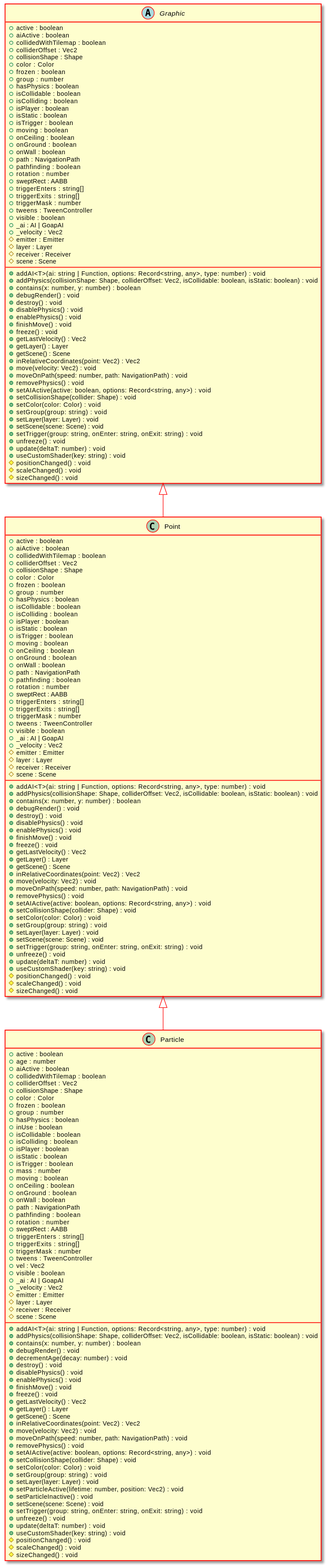
This is docs/api/assets/Point-umlClassDiagram-2847.svg from Test123938/Test2, a PlantUML export, as it was before one commit. The source it was exported from:
```plantuml
@startuml
skinparam ClassArrowColor #ff0000
skinparam ClassBorderColor #ff0000
skinparam BackgroundColor transparent
hide empty methods
hide empty fields
class "Point" {
    +active : boolean
    +aiActive : boolean
    +collidedWithTilemap : boolean
    +colliderOffset : Vec2
    +collisionShape : Shape
    +color : Color
    +frozen : boolean
    +group : number
    +hasPhysics : boolean
    +isCollidable : boolean
    +isColliding : boolean
    +isPlayer : boolean
    +isStatic : boolean
    +isTrigger : boolean
    +moving : boolean
    +onCeiling : boolean
    +onGround : boolean
    +onWall : boolean
    +path : NavigationPath
    +pathfinding : boolean
    +rotation : number
    +sweptRect : AABB
    +triggerEnters : string[]
    +triggerExits : string[]
    +triggerMask : number
    +tweens : TweenController
    +visible : boolean
    +_ai : AI | GoapAI
    +_velocity : Vec2
    #emitter : Emitter
    #layer : Layer
    #receiver : Receiver
    #scene : Scene
    +addAI<T>(ai: string | Function, options: Record<string, any>, type: number) : void
    +addPhysics(collisionShape: Shape, colliderOffset: Vec2, isCollidable: boolean, isStatic: boolean) : void
    +contains(x: number, y: number) : boolean
    +debugRender() : void
    +destroy() : void
    +disablePhysics() : void
    +enablePhysics() : void
    +finishMove() : void
    +freeze() : void
    +getLastVelocity() : Vec2
    +getLayer() : Layer
    +getScene() : Scene
    +inRelativeCoordinates(point: Vec2) : Vec2
    +move(velocity: Vec2) : void
    +moveOnPath(speed: number, path: NavigationPath) : void
    +removePhysics() : void
    +setAIActive(active: boolean, options: Record<string, any>) : void
    +setCollisionShape(collider: Shape) : void
    +setColor(color: Color) : void
    +setGroup(group: string) : void
    +setLayer(layer: Layer) : void
    +setScene(scene: Scene) : void
    +setTrigger(group: string, onEnter: string, onExit: string) : void
    +unfreeze() : void
    +update(deltaT: number) : void
    +useCustomShader(key: string) : void
    #positionChanged() : void
    #scaleChanged() : void
    #sizeChanged() : void
}
abstract class "Graphic" {
    +active : boolean
    +aiActive : boolean
    +collidedWithTilemap : boolean
    +colliderOffset : Vec2
    +collisionShape : Shape
    +color : Color
    +frozen : boolean
    +group : number
    +hasPhysics : boolean
    +isCollidable : boolean
    +isColliding : boolean
    +isPlayer : boolean
    +isStatic : boolean
    +isTrigger : boolean
    +moving : boolean
    +onCeiling : boolean
    +onGround : boolean
    +onWall : boolean
    +path : NavigationPath
    +pathfinding : boolean
    +rotation : number
    +sweptRect : AABB
    +triggerEnters : string[]
    +triggerExits : string[]
    +triggerMask : number
    +tweens : TweenController
    +visible : boolean
    +_ai : AI | GoapAI
    +_velocity : Vec2
    #emitter : Emitter
    #layer : Layer
    #receiver : Receiver
    #scene : Scene
    +addAI<T>(ai: string | Function, options: Record<string, any>, type: number) : void
    +addPhysics(collisionShape: Shape, colliderOffset: Vec2, isCollidable: boolean, isStatic: boolean) : void
    +contains(x: number, y: number) : boolean
    +debugRender() : void
    +destroy() : void
    +disablePhysics() : void
    +enablePhysics() : void
    +finishMove() : void
    +freeze() : void
    +getLastVelocity() : Vec2
    +getLayer() : Layer
    +getScene() : Scene
    +inRelativeCoordinates(point: Vec2) : Vec2
    +move(velocity: Vec2) : void
    +moveOnPath(speed: number, path: NavigationPath) : void
    +removePhysics() : void
    +setAIActive(active: boolean, options: Record<string, any>) : void
    +setCollisionShape(collider: Shape) : void
    +setColor(color: Color) : void
    +setGroup(group: string) : void
    +setLayer(layer: Layer) : void
    +setScene(scene: Scene) : void
    +setTrigger(group: string, onEnter: string, onExit: string) : void
    +unfreeze() : void
    +update(deltaT: number) : void
    +useCustomShader(key: string) : void
    #positionChanged() : void
    #scaleChanged() : void
    #sizeChanged() : void
}
"Graphic" <|-- "Point"
class "Particle" {
    +active : boolean
    +age : number
    +aiActive : boolean
    +collidedWithTilemap : boolean
    +colliderOffset : Vec2
    +collisionShape : Shape
    +color : Color
    +frozen : boolean
    +group : number
    +hasPhysics : boolean
    +inUse : boolean
    +isCollidable : boolean
    +isColliding : boolean
    +isPlayer : boolean
    +isStatic : boolean
    +isTrigger : boolean
    +mass : number
    +moving : boolean
    +onCeiling : boolean
    +onGround : boolean
    +onWall : boolean
    +path : NavigationPath
    +pathfinding : boolean
    +rotation : number
    +sweptRect : AABB
    +triggerEnters : string[]
    +triggerExits : string[]
    +triggerMask : number
    +tweens : TweenController
    +vel : Vec2
    +visible : boolean
    +_ai : AI | GoapAI
    +_velocity : Vec2
    #emitter : Emitter
    #layer : Layer
    #receiver : Receiver
    #scene : Scene
    +addAI<T>(ai: string | Function, options: Record<string, any>, type: number) : void
    +addPhysics(collisionShape: Shape, colliderOffset: Vec2, isCollidable: boolean, isStatic: boolean) : void
    +contains(x: number, y: number) : boolean
    +debugRender() : void
    +decrementAge(decay: number) : void
    +destroy() : void
    +disablePhysics() : void
    +enablePhysics() : void
    +finishMove() : void
    +freeze() : void
    +getLastVelocity() : Vec2
    +getLayer() : Layer
    +getScene() : Scene
    +inRelativeCoordinates(point: Vec2) : Vec2
    +move(velocity: Vec2) : void
    +moveOnPath(speed: number, path: NavigationPath) : void
    +removePhysics() : void
    +setAIActive(active: boolean, options: Record<string, any>) : void
    +setCollisionShape(collider: Shape) : void
    +setColor(color: Color) : void
    +setGroup(group: string) : void
    +setLayer(layer: Layer) : void
    +setParticleActive(lifetime: number, position: Vec2) : void
    +setParticleInactive() : void
    +setScene(scene: Scene) : void
    +setTrigger(group: string, onEnter: string, onExit: string) : void
    +unfreeze() : void
    +update(deltaT: number) : void
    +useCustomShader(key: string) : void
    #positionChanged() : void
    #scaleChanged() : void
    #sizeChanged() : void
}
"Point" <|-- "Particle"
@enduml
```
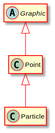
The same diagram one commit later.

Change to the diagram source:
```diff
@@ -5,204 +5,11 @@
 hide empty methods
 hide empty fields
 class "Point" {
-    +active : boolean
-    +aiActive : boolean
-    +collidedWithTilemap : boolean
-    +colliderOffset : Vec2
-    +collisionShape : Shape
-    +color : Color
-    +frozen : boolean
-    +group : number
-    +hasPhysics : boolean
-    +isCollidable : boolean
-    +isColliding : boolean
-    +isPlayer : boolean
-    +isStatic : boolean
-    +isTrigger : boolean
-    +moving : boolean
-    +onCeiling : boolean
-    +onGround : boolean
-    +onWall : boolean
-    +path : NavigationPath
-    +pathfinding : boolean
-    +rotation : number
-    +sweptRect : AABB
-    +triggerEnters : string[]
-    +triggerExits : string[]
-    +triggerMask : number
-    +tweens : TweenController
-    +visible : boolean
-    +_ai : AI | GoapAI
-    +_velocity : Vec2
-    #emitter : Emitter
-    #layer : Layer
-    #receiver : Receiver
-    #scene : Scene
-    +addAI<T>(ai: string | Function, options: Record<string, any>, type: number) : void
-    +addPhysics(collisionShape: Shape, colliderOffset: Vec2, isCollidable: boolean, isStatic: boolean) : void
-    +contains(x: number, y: number) : boolean
-    +debugRender() : void
-    +destroy() : void
-    +disablePhysics() : void
-    +enablePhysics() : void
-    +finishMove() : void
-    +freeze() : void
-    +getLastVelocity() : Vec2
-    +getLayer() : Layer
-    +getScene() : Scene
-    +inRelativeCoordinates(point: Vec2) : Vec2
-    +move(velocity: Vec2) : void
-    +moveOnPath(speed: number, path: NavigationPath) : void
-    +removePhysics() : void
-    +setAIActive(active: boolean, options: Record<string, any>) : void
-    +setCollisionShape(collider: Shape) : void
-    +setColor(color: Color) : void
-    +setGroup(group: string) : void
-    +setLayer(layer: Layer) : void
-    +setScene(scene: Scene) : void
-    +setTrigger(group: string, onEnter: string, onExit: string) : void
-    +unfreeze() : void
-    +update(deltaT: number) : void
-    +useCustomShader(key: string) : void
-    #positionChanged() : void
-    #scaleChanged() : void
-    #sizeChanged() : void
 }
 abstract class "Graphic" {
-    +active : boolean
-    +aiActive : boolean
-    +collidedWithTilemap : boolean
-    +colliderOffset : Vec2
-    +collisionShape : Shape
-    +color : Color
-    +frozen : boolean
-    +group : number
-    +hasPhysics : boolean
-    +isCollidable : boolean
-    +isColliding : boolean
-    +isPlayer : boolean
-    +isStatic : boolean
-    +isTrigger : boolean
-    +moving : boolean
-    +onCeiling : boolean
-    +onGround : boolean
-    +onWall : boolean
-    +path : NavigationPath
-    +pathfinding : boolean
-    +rotation : number
-    +sweptRect : AABB
-    +triggerEnters : string[]
-    +triggerExits : string[]
-    +triggerMask : number
-    +tweens : TweenController
-    +visible : boolean
-    +_ai : AI | GoapAI
-    +_velocity : Vec2
-    #emitter : Emitter
-    #layer : Layer
-    #receiver : Receiver
-    #scene : Scene
-    +addAI<T>(ai: string | Function, options: Record<string, any>, type: number) : void
-    +addPhysics(collisionShape: Shape, colliderOffset: Vec2, isCollidable: boolean, isStatic: boolean) : void
-    +contains(x: number, y: number) : boolean
-    +debugRender() : void
-    +destroy() : void
-    +disablePhysics() : void
-    +enablePhysics() : void
-    +finishMove() : void
-    +freeze() : void
-    +getLastVelocity() : Vec2
-    +getLayer() : Layer
-    +getScene() : Scene
-    +inRelativeCoordinates(point: Vec2) : Vec2
-    +move(velocity: Vec2) : void
-    +moveOnPath(speed: number, path: NavigationPath) : void
-    +removePhysics() : void
-    +setAIActive(active: boolean, options: Record<string, any>) : void
-    +setCollisionShape(collider: Shape) : void
-    +setColor(color: Color) : void
-    +setGroup(group: string) : void
-    +setLayer(layer: Layer) : void
-    +setScene(scene: Scene) : void
-    +setTrigger(group: string, onEnter: string, onExit: string) : void
-    +unfreeze() : void
-    +update(deltaT: number) : void
-    +useCustomShader(key: string) : void
-    #positionChanged() : void
-    #scaleChanged() : void
-    #sizeChanged() : void
 }
 "Graphic" <|-- "Point"
 class "Particle" {
-    +active : boolean
-    +age : number
-    +aiActive : boolean
-    +collidedWithTilemap : boolean
-    +colliderOffset : Vec2
-    +collisionShape : Shape
-    +color : Color
-    +frozen : boolean
-    +group : number
-    +hasPhysics : boolean
-    +inUse : boolean
-    +isCollidable : boolean
-    +isColliding : boolean
-    +isPlayer : boolean
-    +isStatic : boolean
-    +isTrigger : boolean
-    +mass : number
-    +moving : boolean
-    +onCeiling : boolean
-    +onGround : boolean
-    +onWall : boolean
-    +path : NavigationPath
-    +pathfinding : boolean
-    +rotation : number
-    +sweptRect : AABB
-    +triggerEnters : string[]
-    +triggerExits : string[]
-    +triggerMask : number
-    +tweens : TweenController
-    +vel : Vec2
-    +visible : boolean
-    +_ai : AI | GoapAI
-    +_velocity : Vec2
-    #emitter : Emitter
-    #layer : Layer
-    #receiver : Receiver
-    #scene : Scene
-    +addAI<T>(ai: string | Function, options: Record<string, any>, type: number) : void
-    +addPhysics(collisionShape: Shape, colliderOffset: Vec2, isCollidable: boolean, isStatic: boolean) : void
-    +contains(x: number, y: number) : boolean
-    +debugRender() : void
-    +decrementAge(decay: number) : void
-    +destroy() : void
-    +disablePhysics() : void
-    +enablePhysics() : void
-    +finishMove() : void
-    +freeze() : void
-    +getLastVelocity() : Vec2
-    +getLayer() : Layer
-    +getScene() : Scene
-    +inRelativeCoordinates(point: Vec2) : Vec2
-    +move(velocity: Vec2) : void
-    +moveOnPath(speed: number, path: NavigationPath) : void
-    +removePhysics() : void
-    +setAIActive(active: boolean, options: Record<string, any>) : void
-    +setCollisionShape(collider: Shape) : void
-    +setColor(color: Color) : void
-    +setGroup(group: string) : void
-    +setLayer(layer: Layer) : void
-    +setParticleActive(lifetime: number, position: Vec2) : void
-    +setParticleInactive() : void
-    +setScene(scene: Scene) : void
-    +setTrigger(group: string, onEnter: string, onExit: string) : void
-    +unfreeze() : void
-    +update(deltaT: number) : void
-    +useCustomShader(key: string) : void
-    #positionChanged() : void
-    #scaleChanged() : void
-    #sizeChanged() : void
 }
 "Point" <|-- "Particle"
 @enduml
```
